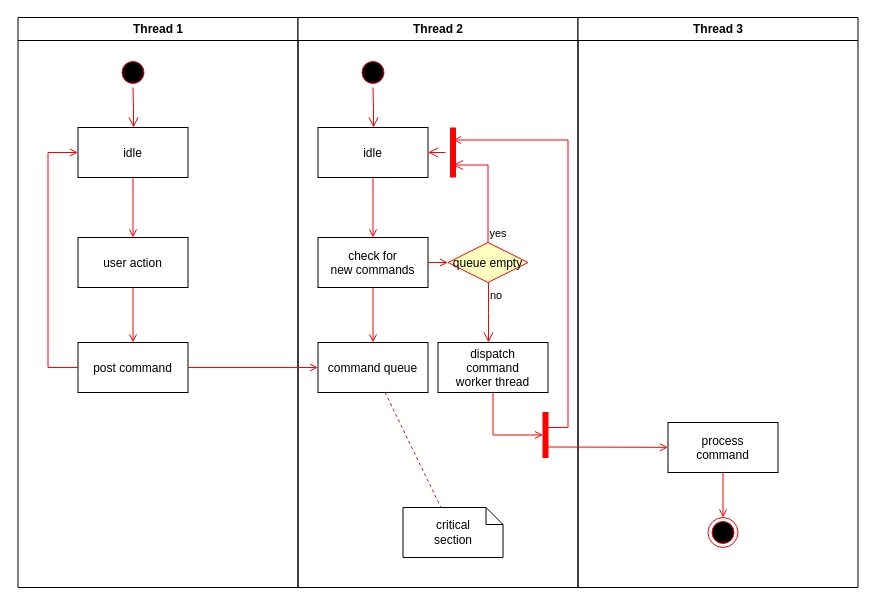
This is Untitled Diagram.drawio from dannyliesco/drawio, a draw.io file, before an edit. Source tidied: cells renumbered, new cells numbered last; positions are measured from the earlier drawing's top-left corner, leaving out a move shared by most shapes. Both pictures are drawn from the tidied source at 100%, with x=0, y=0 at pixel (17, 17).
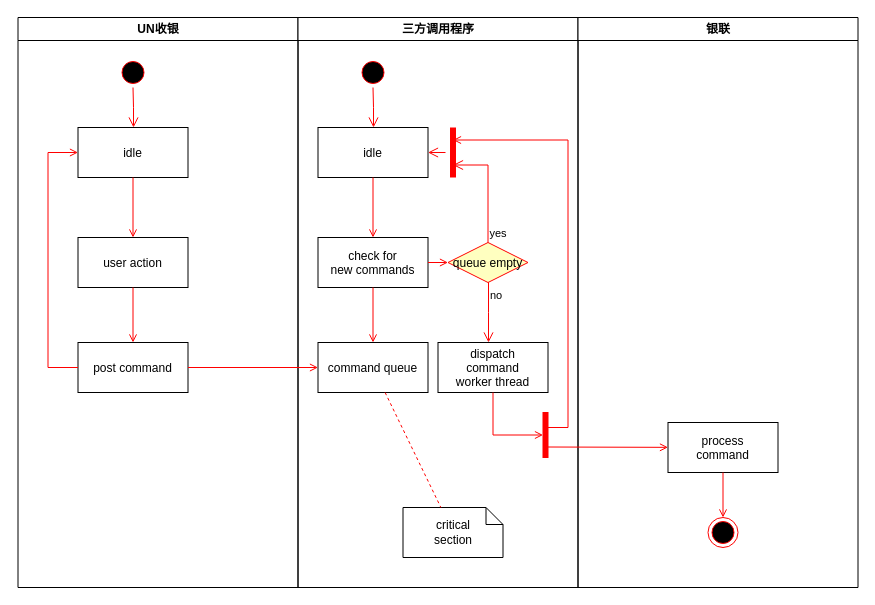
The same page after the edit.

The edit, as a diff of the source:
```diff
@@
-    <mxCell id="2" value="Thread 1" style="swimlane;whiteSpace=wrap;" parent="1" vertex="1">
+    <mxCell id="2" value="UN收银" style="swimlane;whiteSpace=wrap;" parent="1" vertex="1">
       <mxGeometry x="0.5" width="280" height="570" as="geometry" />
     </mxCell>
@@
-    <mxCell id="11" value="Thread 2" style="swimlane;whiteSpace=wrap;" parent="1" vertex="1">
+    <mxCell id="11" value="三方调用程序" style="swimlane;whiteSpace=wrap;" parent="1" vertex="1">
       <mxGeometry x="280.5" width="280" height="570" as="geometry" />
     </mxCell>
@@
-    <mxCell id="30" value="Thread 3" style="swimlane;whiteSpace=wrap;" parent="1" vertex="1">
+    <mxCell id="30" value="银联" style="swimlane;whiteSpace=wrap;" parent="1" vertex="1">
       <mxGeometry x="560.5" width="280" height="570" as="geometry" />
     </mxCell>
```
